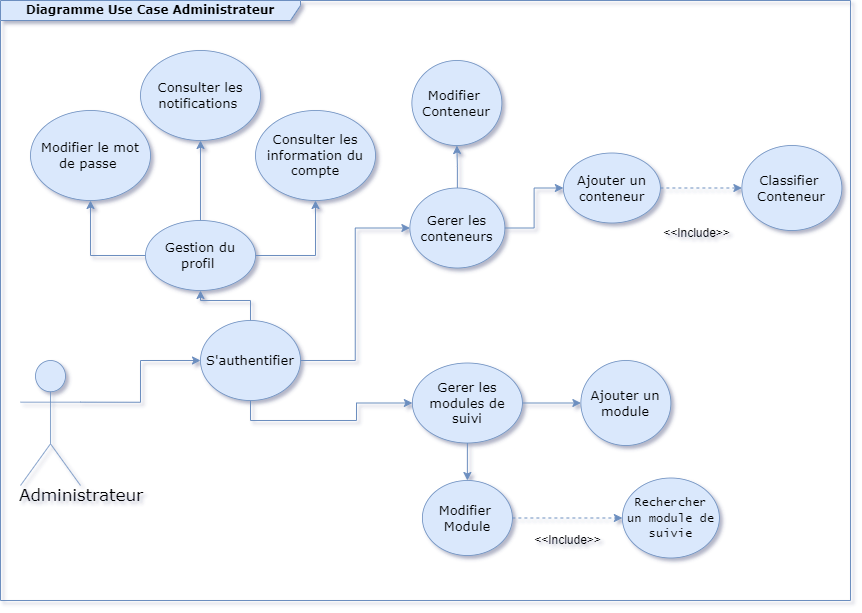
This is diagrammes/Use Case Admin.drawio.png from AmineLadrem/Tracking-Containers, a draw.io export, as it was before one commit. Source tidied: cells renumbered, new cells last; positions are measured from the earlier drawing's top-left corner, leaving out a move shared by most shapes.
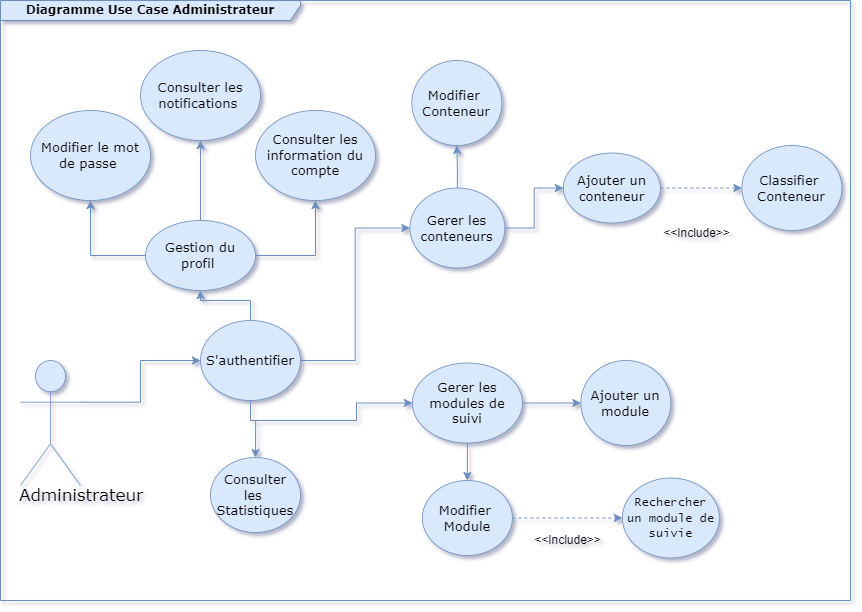
After the change.

Change to the diagram source:
```diff
@@ -89,6 +89,14 @@
     <mxCell id="28" value="&lt;span style=&quot;font-size: 12px;&quot;&gt;Rechercher un module de suivie&lt;/span&gt;" style="html=1;overflow=block;blockSpacing=1;whiteSpace=wrap;ellipse;fontSize=13;spacing=3.8;strokeOpacity=100;rounded=1;absoluteArcSize=1;arcSize=9;strokeWidth=0.8;fillColor=#dae8fc;strokeColor=#6c8ebf;fontFamily=Lucida Console;" parent="4" vertex="1">
       <mxGeometry x="621.9" y="477.5" width="97" height="80" as="geometry" />
     </mxCell>
+    <mxCell id="34" style="edgeStyle=orthogonalEdgeStyle;rounded=0;jettySize=auto;html=1;exitX=0.5;exitY=1;exitDx=0;exitDy=0;entryX=0.5;entryY=0;entryDx=0;entryDy=0;fillColor=#dae8fc;strokeColor=#6c8ebf;" parent="4" edge="1" target="35">
+      <mxGeometry relative="1" as="geometry">
+        <mxPoint x="255.1" y="420" as="sourcePoint" />
+      </mxGeometry>
+    </mxCell>
+    <mxCell id="35" value="Consulter les&amp;nbsp;&lt;br&gt;Statistiques" style="html=1;overflow=block;blockSpacing=1;whiteSpace=wrap;ellipse;fontSize=13;spacing=3.8;strokeOpacity=100;rounded=1;absoluteArcSize=1;arcSize=9;strokeWidth=0.8;fillColor=#dae8fc;strokeColor=#6c8ebf;fontFamily=Verdana;" parent="4" vertex="1">
+      <mxGeometry x="210" y="457" width="90" height="75" as="geometry" />
+    </mxCell>
     <mxCell id="29" style="edgeStyle=orthogonalEdgeStyle;rounded=0;jettySize=auto;html=1;exitX=1;exitY=0.3333333333333333;exitDx=0;exitDy=0;exitPerimeter=0;entryX=0;entryY=0.5;entryDx=0;entryDy=0;fillColor=#dae8fc;strokeColor=#6c8ebf;" parent="1" edge="1" source="16" target="33">
       <mxGeometry relative="1" as="geometry" />
     </mxCell>
```
